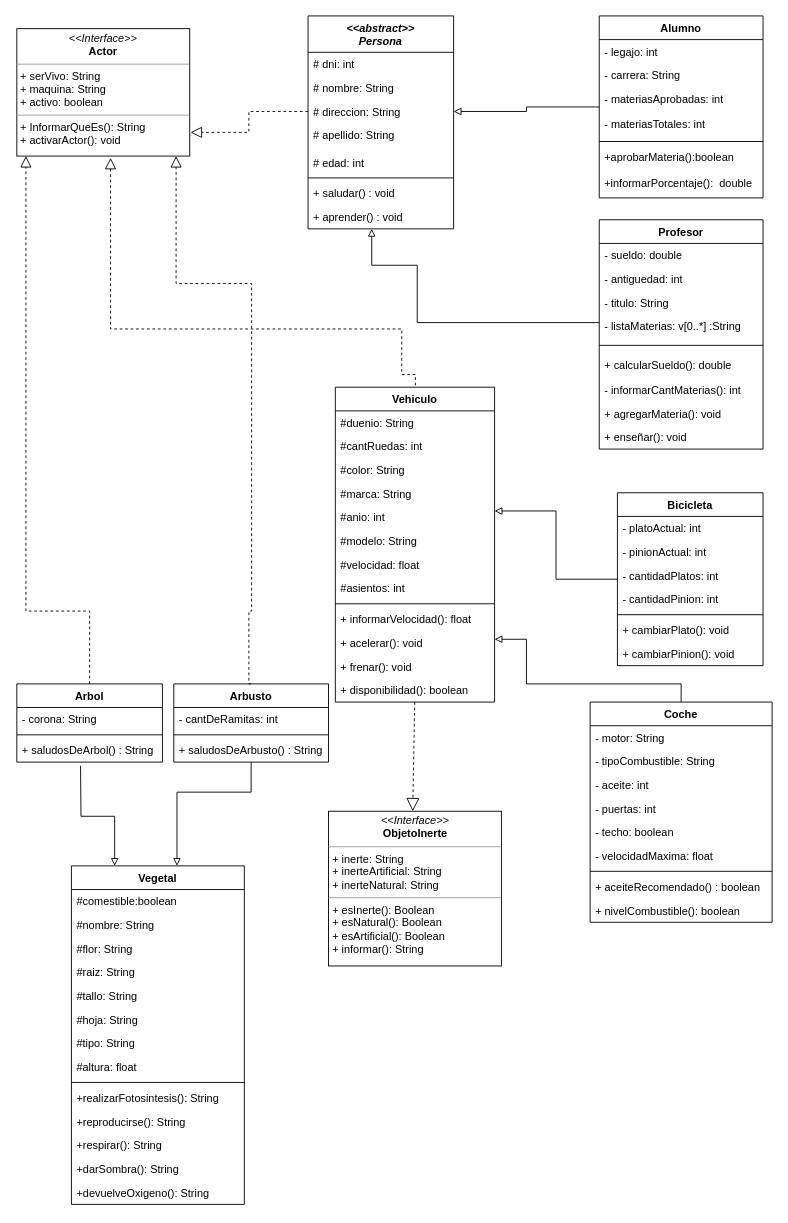
Above: Untitled Diagram.drawio in alex90o/DiagramaDeClasesTpDigit (draw.io), before the change. Source tidied: cells renumbered, new cells numbered last; positions are measured from the earlier drawing's top-left corner, leaving out a move shared by most shapes. Both pictures are drawn from the tidied source at 91%, with x=0, y=0 at pixel (16, 15).
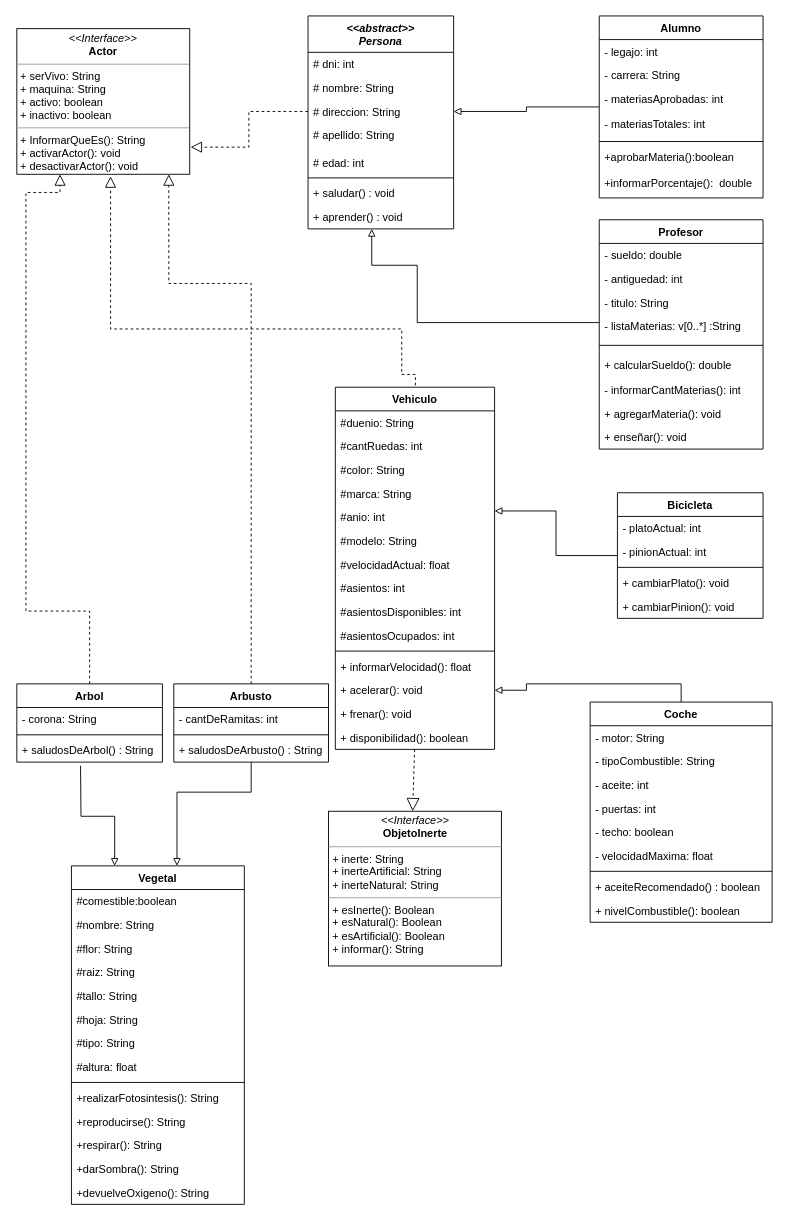
Above is the later version.

The change refers to these unchanged cells:
```xml
<mxCell id="58" value="Coche" style="swimlane;fontStyle=1;align=center;verticalAlign=top;horizontal=1;startSize=26;" parent="1" vertex="1">
  <mxGeometry x="630" y="754" width="200" height="242" as="geometry" />
</mxCell>
<mxCell id="84" value="Arbol&#10;" style="swimlane;fontStyle=1;align=center;verticalAlign=top;horizontal=1;startSize=26;" parent="1" vertex="1">
  <mxGeometry y="734" width="160" height="86" as="geometry" />
</mxCell>
<mxCell id="88" value="Arbusto" style="swimlane;fontStyle=1;align=center;verticalAlign=top;horizontal=1;startSize=26;" parent="1" vertex="1">
  <mxGeometry x="172.5" y="734" width="170" height="86" as="geometry" />
</mxCell>
```

What changed in the source:
```diff
@@
-    <mxCell id="3" value="&lt;p style=&quot;margin: 0px ; margin-top: 4px ; text-align: center&quot;&gt;&lt;i&gt;&amp;lt;&amp;lt;Interface&amp;gt;&amp;gt;&lt;/i&gt;&lt;br&gt;&lt;b&gt;Actor&lt;/b&gt;&lt;/p&gt;&lt;hr size=&quot;1&quot;&gt;&lt;p style=&quot;margin: 0px ; margin-left: 4px&quot;&gt;+ serVivo: String&lt;br&gt;+ maquina: String&lt;/p&gt;&lt;p style=&quot;margin: 0px ; margin-left: 4px&quot;&gt;+ activo: boolean&lt;/p&gt;&lt;hr size=&quot;1&quot;&gt;&lt;p style=&quot;margin: 0px ; margin-left: 4px&quot;&gt;+ InformarQueEs(): String&lt;br&gt;+ activarActor(): void&lt;/p&gt;" style="verticalAlign=top;align=left;overflow=fill;fontSize=12;fontFamily=Helvetica;html=1;rounded=0;shadow=0;comic=0;labelBackgroundColor=none;strokeWidth=1;" parent="1" vertex="1">
-      <mxGeometry y="14" width="190" height="140" as="geometry" />
+    <mxCell id="3" value="&lt;p style=&quot;margin: 0px ; margin-top: 4px ; text-align: center&quot;&gt;&lt;i&gt;&amp;lt;&amp;lt;Interface&amp;gt;&amp;gt;&lt;/i&gt;&lt;br&gt;&lt;b&gt;Actor&lt;/b&gt;&lt;/p&gt;&lt;hr size=&quot;1&quot;&gt;&lt;p style=&quot;margin: 0px ; margin-left: 4px&quot;&gt;+ serVivo: String&lt;br&gt;+ maquina: String&lt;/p&gt;&lt;p style=&quot;margin: 0px ; margin-left: 4px&quot;&gt;+ activo: boolean&lt;/p&gt;&lt;p style=&quot;margin: 0px ; margin-left: 4px&quot;&gt;+ inactivo: boolean&lt;/p&gt;&lt;hr size=&quot;1&quot;&gt;&lt;p style=&quot;margin: 0px ; margin-left: 4px&quot;&gt;+ InformarQueEs(): String&lt;br&gt;+ activarActor(): void&lt;/p&gt;&lt;p style=&quot;margin: 0px ; margin-left: 4px&quot;&gt;+ desactivarActor(): void&lt;/p&gt;" style="verticalAlign=top;align=left;overflow=fill;fontSize=12;fontFamily=Helvetica;html=1;rounded=0;shadow=0;comic=0;labelBackgroundColor=none;strokeWidth=1;" parent="1" vertex="1">
+      <mxGeometry y="14" width="190" height="160" as="geometry" />
     </mxCell>
@@
     <mxCell id="13" value="Vehiculo&#10;" style="swimlane;fontStyle=1;align=center;verticalAlign=top;horizontal=1;startSize=26;" parent="1" vertex="1">
-      <mxGeometry x="350" y="408" width="175" height="346" as="geometry" />
+      <mxGeometry x="350" y="408" width="175" height="398" as="geometry" />
     </mxCell>
@@
-    <mxCell id="20" value="#velocidad: float" style="text;strokeColor=none;fillColor=none;align=left;verticalAlign=top;spacingLeft=4;spacingRight=4;overflow=hidden;" parent="13" vertex="1">
+    <mxCell id="20" value="#velocidadActual: float" style="text;strokeColor=none;fillColor=none;align=left;verticalAlign=top;spacingLeft=4;spacingRight=4;overflow=hidden;" parent="13" vertex="1">
       <mxGeometry y="182" width="175" height="26" as="geometry" />
     </mxCell>
@@
+    <mxCell id="97" value="#asientosDisponibles: int" style="text;strokeColor=none;fillColor=none;align=left;verticalAlign=top;spacingLeft=4;spacingRight=4;overflow=hidden;" parent="13" vertex="1">
+      <mxGeometry y="234" width="175" height="26" as="geometry" />
+    </mxCell>
+    <mxCell id="98" value="#asientosOcupados: int" style="text;strokeColor=none;fillColor=none;align=left;verticalAlign=top;spacingLeft=4;spacingRight=4;overflow=hidden;" parent="13" vertex="1">
+      <mxGeometry y="260" width="175" height="26" as="geometry" />
+    </mxCell>
     <mxCell id="22" style="line;strokeWidth=1;fillColor=none;align=left;verticalAlign=middle;spacingTop=-1;spacingLeft=3;spacingRight=3;labelPosition=right;" parent="13" vertex="1">
-      <mxGeometry y="234" width="175" height="8" as="geometry" />
+      <mxGeometry y="286" width="175" height="8" as="geometry" />
     </mxCell>
     <mxCell id="23" value="+ informarVelocidad(): float" style="text;strokeColor=none;fillColor=none;align=left;verticalAlign=top;spacingLeft=4;spacingRight=4;overflow=hidden;" parent="13" vertex="1">
-      <mxGeometry y="242" width="175" height="26" as="geometry" />
+      <mxGeometry y="294" width="175" height="26" as="geometry" />
     </mxCell>
     <mxCell id="24" value="+ acelerar(): void" style="text;strokeColor=none;fillColor=none;align=left;verticalAlign=top;spacingLeft=4;spacingRight=4;overflow=hidden;points=[[0,0.5],[1,0.5]];portConstraint=eastwest;" parent="13" vertex="1">
-      <mxGeometry y="268" width="175" height="26" as="geometry" />
+      <mxGeometry y="320" width="175" height="26" as="geometry" />
     </mxCell>
     <mxCell id="25" value="+ frenar(): void" style="text;strokeColor=none;fillColor=none;align=left;verticalAlign=top;spacingLeft=4;spacingRight=4;overflow=hidden;" parent="13" vertex="1">
-      <mxGeometry y="294" width="175" height="26" as="geometry" />
+      <mxGeometry y="346" width="175" height="26" as="geometry" />
     </mxCell>
     <mxCell id="26" value="+ disponibilidad(): boolean" style="text;strokeColor=none;fillColor=none;align=left;verticalAlign=top;spacingLeft=4;spacingRight=4;overflow=hidden;points=[[0,0.5],[1,0.5]];portConstraint=eastwest;" parent="13" vertex="1">
-      <mxGeometry y="320" width="175" height="26" as="geometry" />
+      <mxGeometry y="372" width="175" height="26" as="geometry" />
     </mxCell>
@@
     <mxCell id="49" value="Bicicleta&#10;" style="swimlane;fontStyle=1;align=center;verticalAlign=top;horizontal=1;startSize=26;" parent="1" vertex="1">
-      <mxGeometry x="660" y="524" width="160" height="190" as="geometry" />
+      <mxGeometry x="660" y="524" width="160" height="138" as="geometry" />
     </mxCell>
@@
-    <mxCell id="52" value="- cantidadPlatos: int" style="text;strokeColor=none;fillColor=none;align=left;verticalAlign=top;spacingLeft=4;spacingRight=4;overflow=hidden;" parent="49" vertex="1">
-      <mxGeometry y="78" width="160" height="26" as="geometry" />
-    </mxCell>
-    <mxCell id="53" value="- cantidadPinion: int" style="text;strokeColor=none;fillColor=none;align=left;verticalAlign=top;spacingLeft=4;spacingRight=4;overflow=hidden;" parent="49" vertex="1">
-      <mxGeometry y="104" width="160" height="26" as="geometry" />
-    </mxCell>
     <mxCell id="54" style="line;strokeWidth=1;fillColor=none;align=left;verticalAlign=middle;spacingTop=-1;spacingLeft=3;spacingRight=3;labelPosition=right;" parent="49" vertex="1">
-      <mxGeometry y="130" width="160" height="8" as="geometry" />
+      <mxGeometry y="78" width="160" height="8" as="geometry" />
     </mxCell>
     <mxCell id="55" value="+ cambiarPlato(): void" style="text;strokeColor=none;fillColor=none;align=left;verticalAlign=top;spacingLeft=4;spacingRight=4;overflow=hidden;" parent="49" vertex="1">
-      <mxGeometry y="138" width="160" height="26" as="geometry" />
+      <mxGeometry y="86" width="160" height="26" as="geometry" />
     </mxCell>
     <mxCell id="56" value="+ cambiarPinion(): void" style="text;strokeColor=none;fillColor=none;align=left;verticalAlign=top;spacingLeft=4;spacingRight=4;overflow=hidden;" parent="49" vertex="1">
-      <mxGeometry y="164" width="160" height="26" as="geometry" />
+      <mxGeometry y="112" width="160" height="26" as="geometry" />
     </mxCell>
     <mxCell id="57" style="edgeStyle=orthogonalEdgeStyle;rounded=0;jettySize=auto;html=1;endArrow=block;endFill=0;" parent="1" edge="1" source="58" target="24">
       <mxGeometry relative="1" as="geometry">
         <Array as="points">
           <mxPoint x="730" y="734" />
           <mxPoint x="560" y="734" />
-          <mxPoint x="560" y="685" />
+          <mxPoint x="560" y="741" />
         </Array>
       </mxGeometry>
     </mxCell>
@@
-    <mxCell id="94" style="edgeStyle=orthogonalEdgeStyle;rounded=0;html=1;labelBackgroundColor=none;startFill=0;endArrow=block;endFill=0;endSize=10;fontFamily=Verdana;fontSize=10;dashed=1;entryX=0.542;entryY=1.014;entryDx=0;entryDy=0;entryPerimeter=0;exitX=0.5;exitY=0;exitDx=0;exitDy=0;" parent="1" edge="1" source="88">
+    <mxCell id="94" style="edgeStyle=orthogonalEdgeStyle;rounded=0;html=1;labelBackgroundColor=none;startFill=0;endArrow=block;endFill=0;endSize=10;fontFamily=Verdana;fontSize=10;dashed=1;entryX=0.879;entryY=1;entryDx=0;entryDy=0;entryPerimeter=0;exitX=0.5;exitY=0;exitDx=0;exitDy=0;" parent="1" edge="1" source="88" target="3">
       <mxGeometry relative="1" as="geometry">
-        <mxPoint x="175" y="154" as="targetPoint" />
         <Array as="points">
-          <mxPoint x="255" y="654" />
-          <mxPoint x="258" y="654" />
           <mxPoint x="258" y="294" />
-          <mxPoint x="175" y="294" />
+          <mxPoint x="167" y="294" />
         </Array>
       </mxGeometry>
     </mxCell>
-    <mxCell id="95" style="edgeStyle=orthogonalEdgeStyle;rounded=0;html=1;labelBackgroundColor=none;startFill=0;endArrow=block;endFill=0;endSize=10;fontFamily=Verdana;fontSize=10;dashed=1;entryX=0.542;entryY=1.014;entryDx=0;entryDy=0;entryPerimeter=0;exitX=0.5;exitY=0;exitDx=0;exitDy=0;" parent="1" edge="1" source="84">
+    <mxCell id="95" style="edgeStyle=orthogonalEdgeStyle;rounded=0;html=1;labelBackgroundColor=none;startFill=0;endArrow=block;endFill=0;endSize=10;fontFamily=Verdana;fontSize=10;dashed=1;exitX=0.5;exitY=0;exitDx=0;exitDy=0;entryX=0.25;entryY=1;entryDx=0;entryDy=0;" parent="1" edge="1" source="84" target="3">
       <mxGeometry relative="1" as="geometry">
-        <mxPoint x="10" y="154" as="targetPoint" />
         <Array as="points">
           <mxPoint x="80" y="654" />
           <mxPoint x="10" y="654" />
+          <mxPoint x="10" y="194" />
+          <mxPoint x="48" y="194" />
         </Array>
       </mxGeometry>
     </mxCell>
```
